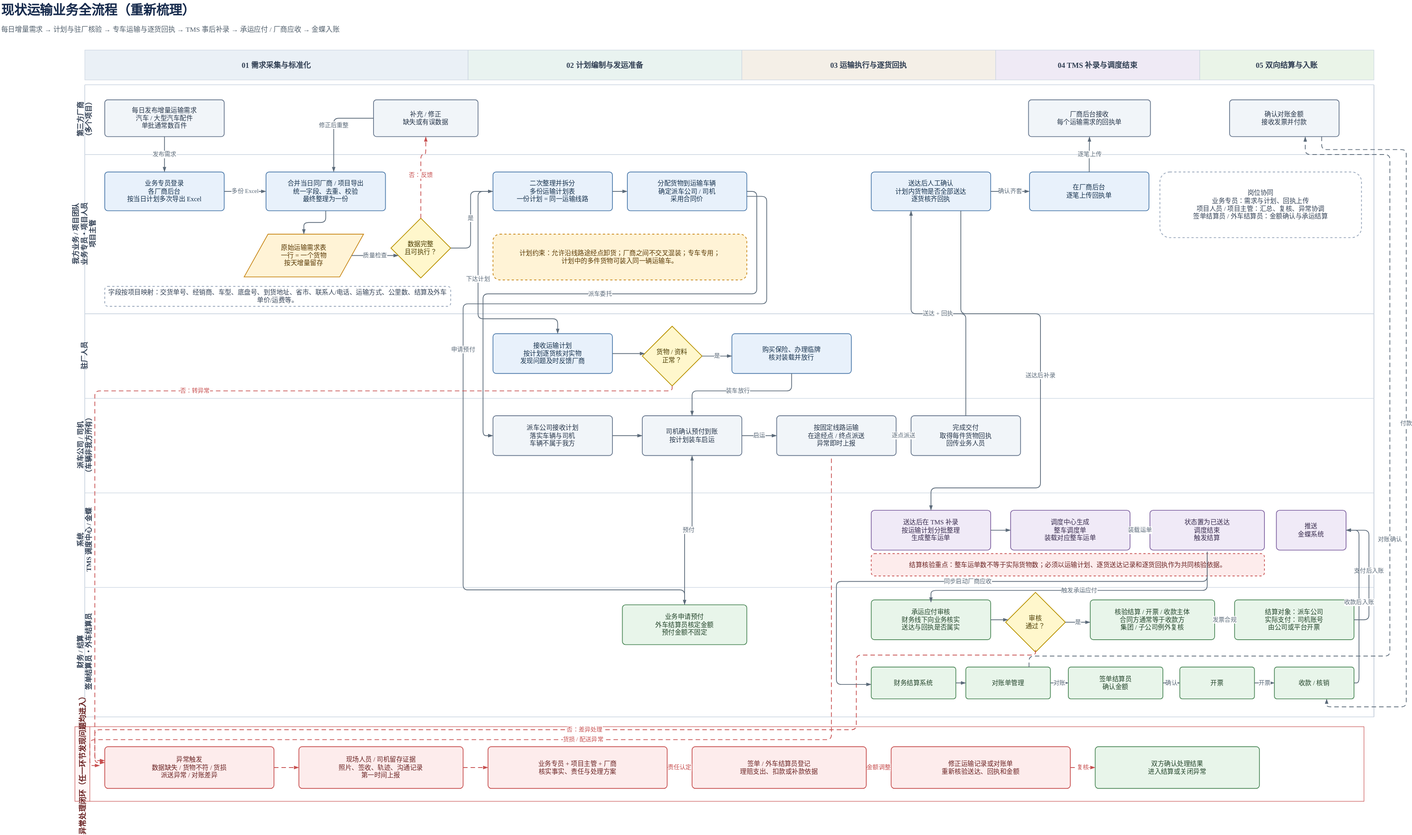
Above: 现状/现状运输业务流程-重新梳理.drawio.svg in zhpprivate/document (draw.io), before the change. Source tidied: cells renumbered, new cells last; positions are measured from the earlier drawing's top-left corner, leaving out a move shared by most shapes.
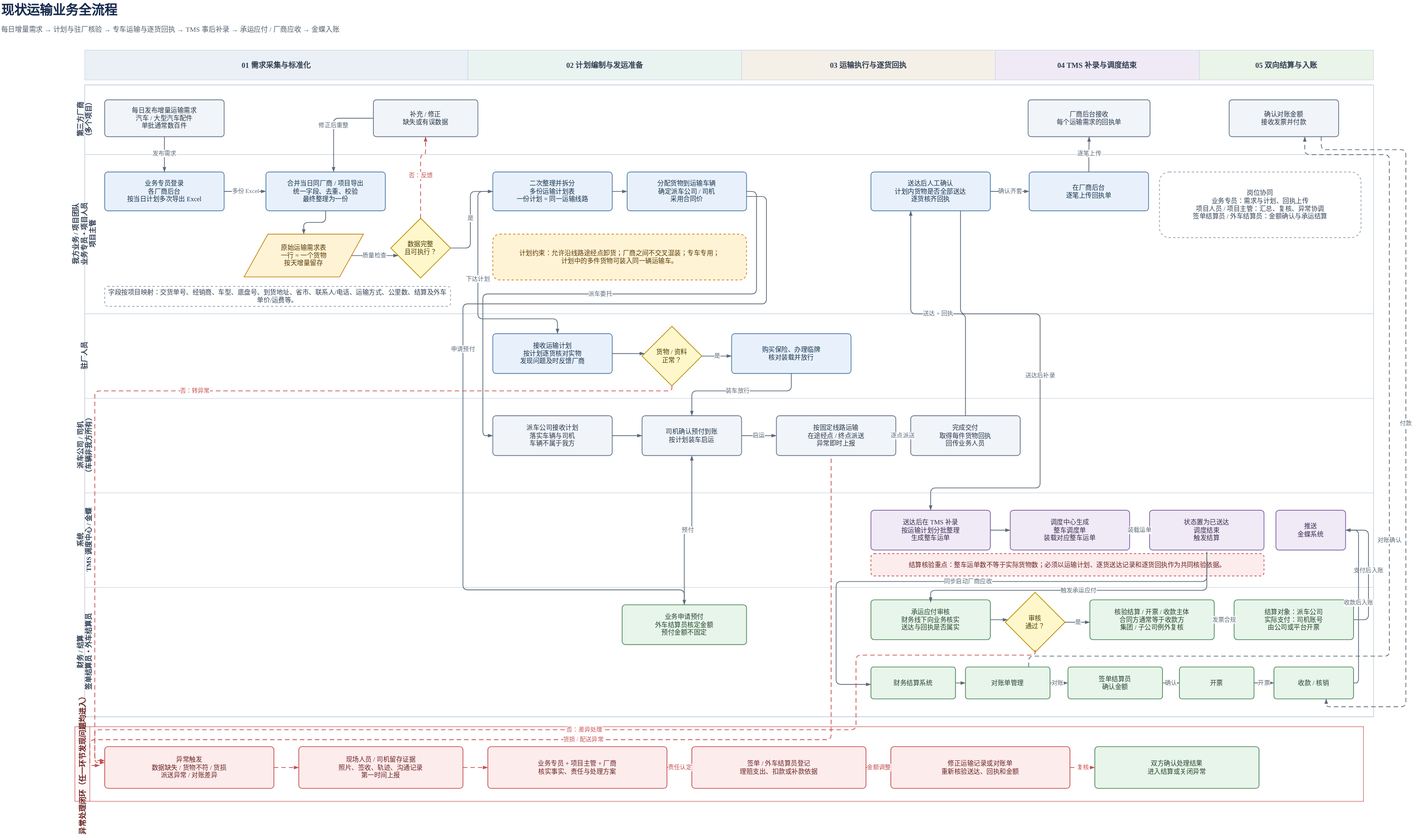
The same diagram one commit later.

Diff of the diagram source:
```diff
@@ -2,7 +2,7 @@
   <root>
     <mxCell id="0" />
     <mxCell id="1" parent="0" />
-    <mxCell id="2" value="现状运输业务全流程（重新梳理）" style="text;html=1;align=left;verticalAlign=middle;fontSize=26;fontStyle=1;fontColor=#172B4D;fontFamily=Microsoft YaHei;" parent="1" vertex="1">
+    <mxCell id="2" value="现状运输业务全流程" style="text;html=1;align=left;verticalAlign=middle;fontSize=26;fontStyle=1;fontColor=#172B4D;fontFamily=Microsoft YaHei;" parent="1" vertex="1">
       <mxGeometry width="760" height="40" as="geometry" />
     </mxCell>
     <mxCell id="3" value="每日增量需求 → 计划与驻厂核验 → 专车运输与逐货回执 → TMS 事后补录 → 承运应付 / 厂商应收 → 金蝶入账" style="text;html=1;align=left;verticalAlign=middle;fontSize=14;fontColor=#52606D;fontFamily=Microsoft YaHei;" parent="1" vertex="1">
```
